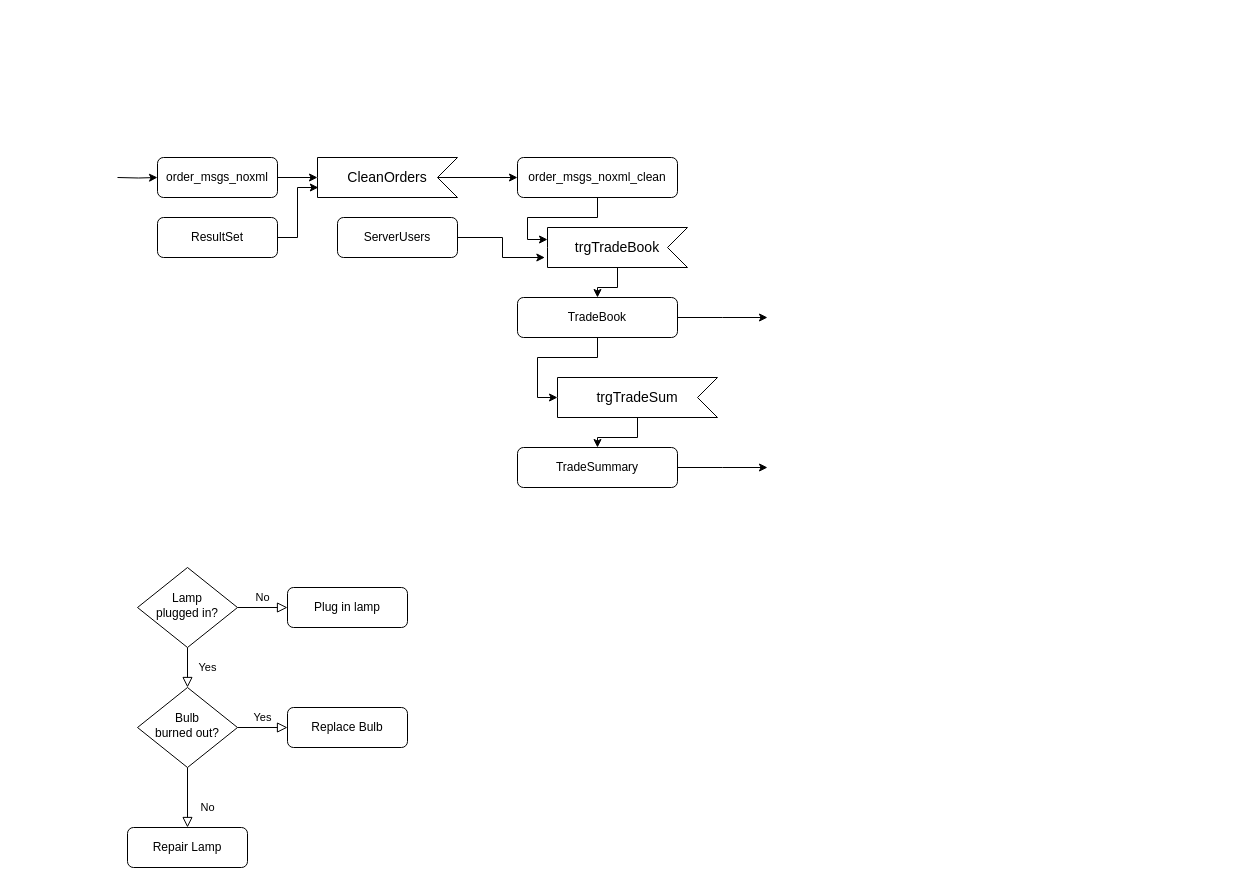
Before: Untitled Diagram.drawio in mishrakm/diags, a draw.io diagram. Source tidied: cells renumbered, new cells numbered last; positions are measured from the earlier drawing's top-left corner, leaving out a move shared by most shapes. Both pictures are drawn from the tidied source at 100%, with x=0, y=0 at pixel (117, 157).
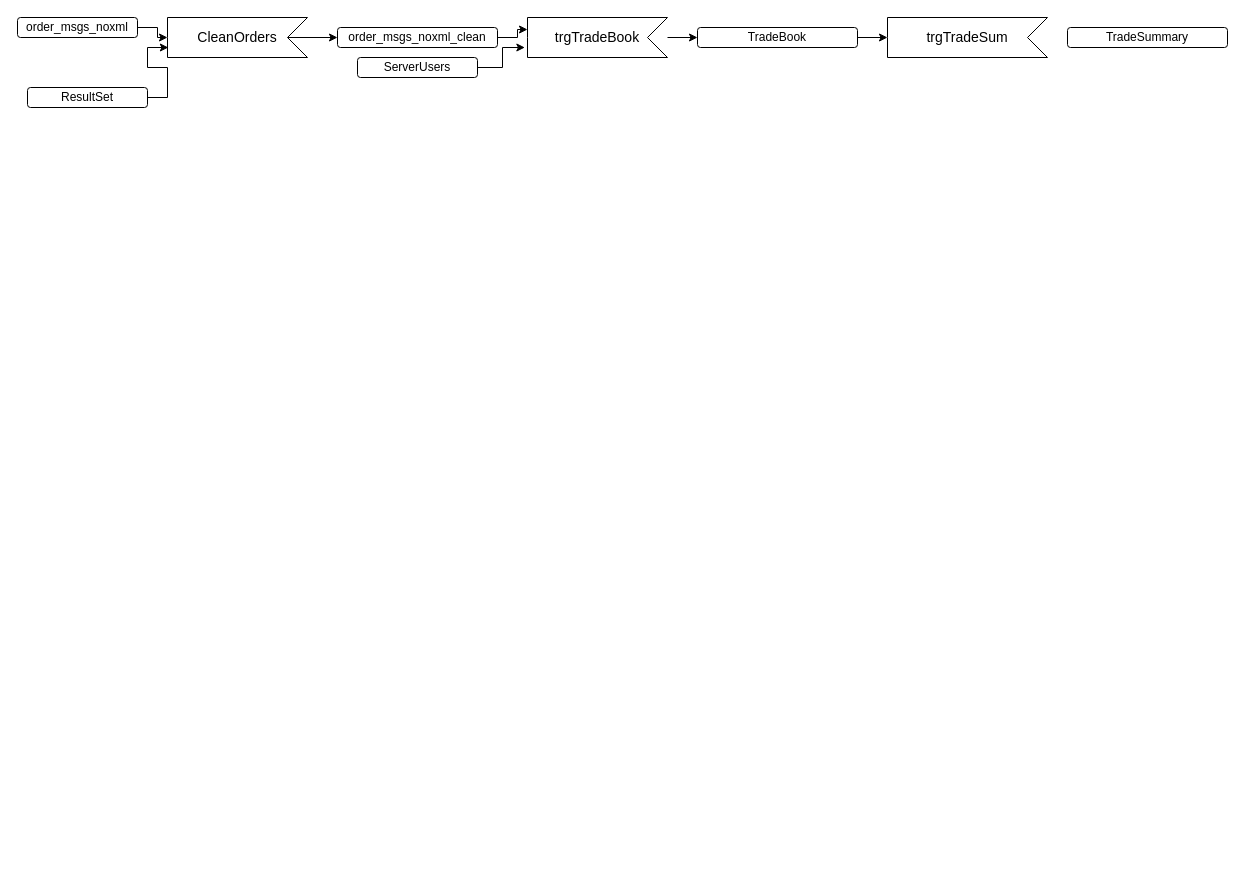
The same diagram, later.

Diff of the diagram source:
```diff
@@
     <mxCell id="2" value="order_msgs_noxml" style="rounded=1;whiteSpace=wrap;html=1;fontSize=12;glass=0;strokeWidth=1;shadow=0;" parent="1" vertex="1">
-      <mxGeometry x="40" width="120" height="40" as="geometry" />
+      <mxGeometry x="-100" y="-140" width="120" height="20" as="geometry" />
     </mxCell>
-    <mxCell id="3" value="Yes" style="rounded=0;html=1;jettySize=auto;fontSize=11;endArrow=block;endFill=0;endSize=8;strokeWidth=1;shadow=0;labelBackgroundColor=none;edgeStyle=orthogonalEdgeStyle;" parent="1" edge="1" source="5" target="9">
-      <mxGeometry y="20" relative="1" as="geometry" />
-    </mxCell>
-    <mxCell id="4" value="No" style="edgeStyle=orthogonalEdgeStyle;rounded=0;html=1;jettySize=auto;fontSize=11;endArrow=block;endFill=0;endSize=8;strokeWidth=1;shadow=0;labelBackgroundColor=none;" parent="1" edge="1" source="5" target="6">
-      <mxGeometry y="10" relative="1" as="geometry" />
-    </mxCell>
-    <mxCell id="5" value="Lamp&lt;br&gt;plugged in?" style="rhombus;whiteSpace=wrap;html=1;shadow=0;fontFamily=Helvetica;fontSize=12;align=center;strokeWidth=1;spacing=6;spacingTop=-4;" parent="1" vertex="1">
-      <mxGeometry x="20" y="410" width="100" height="80" as="geometry" />
-    </mxCell>
-    <mxCell id="6" value="Plug in lamp" style="rounded=1;whiteSpace=wrap;html=1;fontSize=12;glass=0;strokeWidth=1;shadow=0;" parent="1" vertex="1">
-      <mxGeometry x="170" y="430" width="120" height="40" as="geometry" />
-    </mxCell>
-    <mxCell id="7" value="No" style="rounded=0;html=1;jettySize=auto;fontSize=11;endArrow=block;endFill=0;endSize=8;strokeWidth=1;shadow=0;labelBackgroundColor=none;edgeStyle=orthogonalEdgeStyle;" parent="1" edge="1" source="9" target="10">
-      <mxGeometry x="0.33" y="20" relative="1" as="geometry" />
-    </mxCell>
-    <mxCell id="8" value="Yes" style="edgeStyle=orthogonalEdgeStyle;rounded=0;html=1;jettySize=auto;fontSize=11;endArrow=block;endFill=0;endSize=8;strokeWidth=1;shadow=0;labelBackgroundColor=none;" parent="1" edge="1" source="9" target="11">
-      <mxGeometry y="10" relative="1" as="geometry" />
-    </mxCell>
-    <mxCell id="9" value="Bulb&lt;br&gt;burned out?" style="rhombus;whiteSpace=wrap;html=1;shadow=0;fontFamily=Helvetica;fontSize=12;align=center;strokeWidth=1;spacing=6;spacingTop=-4;" parent="1" vertex="1">
-      <mxGeometry x="20" y="530" width="100" height="80" as="geometry" />
-    </mxCell>
-    <mxCell id="10" value="Repair Lamp" style="rounded=1;whiteSpace=wrap;html=1;fontSize=12;glass=0;strokeWidth=1;shadow=0;" parent="1" vertex="1">
-      <mxGeometry x="10" y="670" width="120" height="40" as="geometry" />
-    </mxCell>
-    <mxCell id="11" value="Replace Bulb" style="rounded=1;whiteSpace=wrap;html=1;fontSize=12;glass=0;strokeWidth=1;shadow=0;" parent="1" vertex="1">
-      <mxGeometry x="170" y="550" width="120" height="40" as="geometry" />
-    </mxCell>
-    <mxCell id="12" style="edgeStyle=orthogonalEdgeStyle;rounded=0;jettySize=auto;html=1;entryX=0;entryY=0.5;entryDx=0;entryDy=0;" parent="1" edge="1" target="2">
-      <mxGeometry relative="1" as="geometry">
-        <mxPoint y="20" as="sourcePoint" />
-      </mxGeometry>
-    </mxCell>
     <mxCell id="13" value="order_msgs_noxml_clean" style="rounded=1;whiteSpace=wrap;html=1;fontSize=12;glass=0;strokeWidth=1;shadow=0;" parent="1" vertex="1">
-      <mxGeometry x="400" width="160" height="40" as="geometry" />
+      <mxGeometry x="220" y="-130" width="160" height="20" as="geometry" />
     </mxCell>
@@
     <mxCell id="15" value="CleanOrders" style="html=1;shape=mxgraph.infographic.ribbonSimple;notch1=20;notch2=0;align=center;verticalAlign=middle;fontSize=14;fontStyle=0;flipH=1;fillColor=#FFFFFF;whiteSpace=wrap;" parent="1" vertex="1">
-      <mxGeometry x="200" width="140" height="40" as="geometry" />
+      <mxGeometry x="50" y="-140" width="140" height="40" as="geometry" />
     </mxCell>
@@
     <mxCell id="17" value="ResultSet" style="rounded=1;whiteSpace=wrap;html=1;fontSize=12;glass=0;strokeWidth=1;shadow=0;" parent="1" vertex="1">
-      <mxGeometry x="40" y="60" width="120" height="40" as="geometry" />
+      <mxGeometry x="-90" y="-70" width="120" height="20" as="geometry" />
     </mxCell>
@@
     <mxCell id="20" value="trgTradeBook" style="html=1;shape=mxgraph.infographic.ribbonSimple;notch1=20;notch2=0;align=center;verticalAlign=middle;fontSize=14;fontStyle=0;flipH=1;fillColor=#FFFFFF;whiteSpace=wrap;" parent="1" vertex="1">
-      <mxGeometry x="430" y="70" width="140" height="40" as="geometry" />
+      <mxGeometry x="410" y="-140" width="140" height="40" as="geometry" />
     </mxCell>
     <mxCell id="21" value="ServerUsers" style="rounded=1;whiteSpace=wrap;html=1;fontSize=12;glass=0;strokeWidth=1;shadow=0;" parent="1" vertex="1">
-      <mxGeometry x="220" y="60" width="120" height="40" as="geometry" />
+      <mxGeometry x="240" y="-100" width="120" height="20" as="geometry" />
     </mxCell>
@@
-    <mxCell id="24" style="edgeStyle=orthogonalEdgeStyle;rounded=0;jettySize=auto;html=1;exitX=1;exitY=0.5;exitDx=0;exitDy=0;" parent="1" edge="1" source="25">
-      <mxGeometry relative="1" as="geometry">
-        <mxPoint x="650" y="160" as="targetPoint" />
-      </mxGeometry>
-    </mxCell>
     <mxCell id="25" value="TradeBook" style="rounded=1;whiteSpace=wrap;html=1;fontSize=12;glass=0;strokeWidth=1;shadow=0;" parent="1" vertex="1">
-      <mxGeometry x="400" y="140" width="160" height="40" as="geometry" />
+      <mxGeometry x="580" y="-130" width="160" height="20" as="geometry" />
     </mxCell>
-    <mxCell id="26" style="edgeStyle=orthogonalEdgeStyle;rounded=0;jettySize=auto;html=1;entryX=0.5;entryY=0;entryDx=0;entryDy=0;" parent="1" edge="1" source="27" target="30">
-      <mxGeometry relative="1" as="geometry" />
-    </mxCell>
     <mxCell id="27" value="trgTradeSum" style="html=1;shape=mxgraph.infographic.ribbonSimple;notch1=20;notch2=0;align=center;verticalAlign=middle;fontSize=14;fontStyle=0;flipH=1;fillColor=#FFFFFF;whiteSpace=wrap;" parent="1" vertex="1">
-      <mxGeometry x="440" y="220" width="160" height="40" as="geometry" />
+      <mxGeometry x="770" y="-140" width="160" height="40" as="geometry" />
     </mxCell>
+    <mxCell id="30" value="TradeSummary" style="rounded=1;whiteSpace=wrap;html=1;fontSize=12;glass=0;strokeWidth=1;shadow=0;" parent="1" vertex="1">
+      <mxGeometry x="950" y="-130" width="160" height="20" as="geometry" />
+    </mxCell>
-    <mxCell id="28" style="edgeStyle=orthogonalEdgeStyle;rounded=0;jettySize=auto;html=1;exitX=0.5;exitY=1;exitDx=0;exitDy=0;entryX=1;entryY=0.5;entryDx=0;entryDy=0;entryPerimeter=0;" parent="1" edge="1" source="25" target="27">
+    <mxCell id="28" style="edgeStyle=orthogonalEdgeStyle;rounded=0;jettySize=auto;html=1;exitX=1;exitY=0.5;exitDx=0;exitDy=0;entryX=1;entryY=0.5;entryDx=0;entryDy=0;entryPerimeter=0;" parent="1" edge="1" source="25" target="27">
       <mxGeometry relative="1" as="geometry" />
     </mxCell>
-    <mxCell id="29" style="edgeStyle=orthogonalEdgeStyle;rounded=0;jettySize=auto;html=1;exitX=1;exitY=0.5;exitDx=0;exitDy=0;" parent="1" edge="1" source="30">
-      <mxGeometry relative="1" as="geometry">
-        <mxPoint x="650" y="310" as="targetPoint" />
-      </mxGeometry>
-    </mxCell>
-    <mxCell id="30" value="TradeSummary" style="rounded=1;whiteSpace=wrap;html=1;fontSize=12;glass=0;strokeWidth=1;shadow=0;" parent="1" vertex="1">
-      <mxGeometry x="400" y="290" width="160" height="40" as="geometry" />
-    </mxCell>
```
